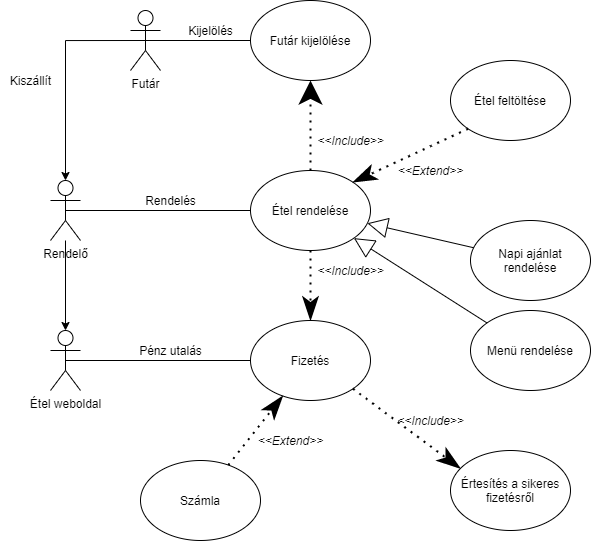
Above: Use case.png in oberhausera99/EtelApp_SpringBoot_Thymeleaf (draw.io), before the change. Source tidied: cells renumbered, new cells last; positions are measured from the earlier drawing's top-left corner, leaving out a move shared by most shapes. Its diagram source:
```xml
<mxGraphModel>
  <root>
    <mxCell id="0" />
    <mxCell id="1" parent="0" />
    <mxCell id="2" style="edgeStyle=orthogonalEdgeStyle;rounded=0;jettySize=auto;html=1;" parent="1" edge="1" source="3" target="4">
      <mxGeometry relative="1" as="geometry" />
    </mxCell>
    <mxCell id="3" value="Rendelő" style="shape=umlActor;verticalLabelPosition=bottom;verticalAlign=top;html=1;outlineConnect=0;" parent="1" vertex="1">
      <mxGeometry x="50" y="180" width="30" height="60" as="geometry" />
    </mxCell>
    <mxCell id="4" value="Étel weboldal" style="shape=umlActor;verticalLabelPosition=bottom;verticalAlign=top;html=1;outlineConnect=0;" parent="1" vertex="1">
      <mxGeometry x="50" y="330" width="30" height="60" as="geometry" />
    </mxCell>
    <mxCell id="5" value="Étel rendelése" style="ellipse;whiteSpace=wrap;html=1;" parent="1" vertex="1">
      <mxGeometry x="250" y="170" width="120" height="80" as="geometry" />
    </mxCell>
    <mxCell id="6" value="Menü rendelése" style="ellipse;whiteSpace=wrap;html=1;" parent="1" vertex="1">
      <mxGeometry x="470" y="310" width="120" height="80" as="geometry" />
    </mxCell>
    <mxCell id="7" value="Fizetés" style="ellipse;whiteSpace=wrap;html=1;" parent="1" vertex="1">
      <mxGeometry x="250" y="320" width="120" height="80" as="geometry" />
    </mxCell>
    <mxCell id="8" value="Napi ajánlat rendelése" style="ellipse;whiteSpace=wrap;html=1;" parent="1" vertex="1">
      <mxGeometry x="470" y="220" width="120" height="80" as="geometry" />
    </mxCell>
    <mxCell id="9" value="Számla" style="ellipse;whiteSpace=wrap;html=1;" parent="1" vertex="1">
      <mxGeometry x="140" y="460" width="120" height="80" as="geometry" />
    </mxCell>
    <mxCell id="10" style="endArrow=none;html=1;endFill=0;exitX=0.5;exitY=0.5;exitDx=0;exitDy=0;exitPerimeter=0;" parent="1" edge="1" source="3" target="5">
      <mxGeometry relative="1" as="geometry" />
    </mxCell>
    <mxCell id="11" style="endArrow=block;html=1;endFill=0;strokeWidth=1;endSize=18;" parent="1" edge="1" source="8" target="5">
      <mxGeometry relative="1" as="geometry" />
    </mxCell>
    <mxCell id="12" style="endArrow=block;html=1;endFill=0;strokeWidth=1;endSize=18;" parent="1" edge="1" source="6" target="5">
      <mxGeometry relative="1" as="geometry" />
    </mxCell>
    <mxCell id="13" style="endArrow=classicThin;dashed=1;html=1;dashPattern=1 3;strokeWidth=2;endSize=18;endFill=1;" parent="1" edge="1" source="5" target="7">
      <mxGeometry relative="1" as="geometry" />
    </mxCell>
    <mxCell id="14" style="endArrow=classicThin;dashed=1;html=1;dashPattern=1 3;strokeWidth=2;endSize=18;endFill=1;" parent="1" edge="1" source="9" target="7">
      <mxGeometry relative="1" as="geometry" />
    </mxCell>
    <mxCell id="15" style="endArrow=none;html=1;endFill=0;exitX=0.5;exitY=0.5;exitDx=0;exitDy=0;exitPerimeter=0;" parent="1" edge="1" source="4" target="7">
      <mxGeometry relative="1" as="geometry" />
    </mxCell>
    <mxCell id="16" value="Rendelés" style="text;html=1;align=center;verticalAlign=middle;strokeColor=none;fillColor=none;" parent="1" vertex="1">
      <mxGeometry x="135" y="190" width="70" height="20" as="geometry" />
    </mxCell>
    <mxCell id="17" value="Pénz utalás" style="text;html=1;align=center;verticalAlign=middle;strokeColor=none;fillColor=none;" parent="1" vertex="1">
      <mxGeometry x="130" y="340" width="80" height="20" as="geometry" />
    </mxCell>
    <mxCell id="18" value="&lt;i&gt;&amp;lt;&amp;lt;Include&amp;gt;&amp;gt;&lt;/i&gt;" style="text;html=1;align=center;verticalAlign=middle;strokeColor=none;fillColor=none;" parent="1" vertex="1">
      <mxGeometry x="310" y="260" width="80" height="20" as="geometry" />
    </mxCell>
    <mxCell id="19" value="&lt;i&gt;&amp;lt;&amp;lt;Extend&amp;gt;&amp;gt;&lt;/i&gt;" style="text;html=1;align=center;verticalAlign=middle;strokeColor=none;fillColor=none;" parent="1" vertex="1">
      <mxGeometry x="250" y="430" width="80" height="20" as="geometry" />
    </mxCell>
    <mxCell id="20" value="Futár kijelölése" style="ellipse;whiteSpace=wrap;html=1;" parent="1" vertex="1">
      <mxGeometry x="250" width="120" height="80" as="geometry" />
    </mxCell>
    <mxCell id="21" style="endArrow=classic;dashed=1;html=1;dashPattern=1 3;strokeWidth=2;rounded=1;entryX=0.5;entryY=1;entryDx=0;entryDy=0;exitX=0.5;exitY=0;exitDx=0;exitDy=0;startArrow=none;startFill=0;endFill=1;endSize=18;" parent="1" edge="1" source="5" target="20">
      <mxGeometry relative="1" as="geometry" />
    </mxCell>
    <mxCell id="22" value="Futár&lt;br&gt;" style="shape=umlActor;verticalLabelPosition=bottom;verticalAlign=top;html=1;" parent="1" vertex="1">
      <mxGeometry x="130" y="10" width="30" height="60" as="geometry" />
    </mxCell>
    <mxCell id="23" value="Kiszállít&lt;br&gt;" style="text;html=1;align=center;verticalAlign=middle;strokeColor=none;fillColor=none;" parent="1" vertex="1">
      <mxGeometry y="70" width="60" height="20" as="geometry" />
    </mxCell>
    <mxCell id="24" value="Kijelölés" style="text;html=1;align=center;verticalAlign=middle;strokeColor=none;fillColor=none;" parent="1" vertex="1">
      <mxGeometry x="180" y="20" width="60" height="20" as="geometry" />
    </mxCell>
    <mxCell id="25" value="&amp;lt;&amp;lt;Include&amp;gt;&amp;gt;" style="text;html=1;align=center;verticalAlign=middle;strokeColor=none;fillColor=none;fontStyle=2;" parent="1" vertex="1">
      <mxGeometry x="310" y="130" width="80" height="20" as="geometry" />
    </mxCell>
    <mxCell id="26" value="Étel&amp;nbsp;feltöltése" style="ellipse;whiteSpace=wrap;html=1;" parent="1" vertex="1">
      <mxGeometry x="450" y="60" width="120" height="80" as="geometry" />
    </mxCell>
    <mxCell id="27" style="endArrow=classicThin;dashed=1;html=1;dashPattern=1 3;strokeWidth=2;endSize=18;endFill=1;entryX=1;entryY=0;entryDx=0;entryDy=0;exitX=0;exitY=1;exitDx=0;exitDy=0;" parent="1" edge="1" source="26" target="5">
      <mxGeometry relative="1" as="geometry" />
    </mxCell>
    <mxCell id="28" value="&lt;i&gt;&amp;lt;&amp;lt;Extend&amp;gt;&amp;gt;&lt;/i&gt;" style="text;html=1;align=center;verticalAlign=middle;strokeColor=none;fillColor=none;" parent="1" vertex="1">
      <mxGeometry x="390" y="160" width="80" height="20" as="geometry" />
    </mxCell>
    <mxCell id="29" style="edgeStyle=orthogonalEdgeStyle;rounded=0;jettySize=auto;html=1;exitX=0.5;exitY=0.5;exitDx=0;exitDy=0;exitPerimeter=0;entryX=0.5;entryY=0;entryDx=0;entryDy=0;entryPerimeter=0;" parent="1" edge="1" source="22" target="3">
      <mxGeometry relative="1" as="geometry" />
    </mxCell>
    <mxCell id="30" style="endArrow=none;html=1;endFill=0;exitX=0.5;exitY=0.5;exitDx=0;exitDy=0;exitPerimeter=0;entryX=0;entryY=0.5;entryDx=0;entryDy=0;" parent="1" edge="1" source="22" target="20">
      <mxGeometry relative="1" as="geometry" />
    </mxCell>
    <mxCell id="31" value="Értesítés a sikeres fizetésről" style="ellipse;whiteSpace=wrap;html=1;" parent="1" vertex="1">
      <mxGeometry x="450" y="450" width="120" height="80" as="geometry" />
    </mxCell>
    <mxCell id="32" style="endArrow=classicThin;dashed=1;html=1;dashPattern=1 3;strokeWidth=2;endSize=18;endFill=1;exitX=1;exitY=1;exitDx=0;exitDy=0;entryX=0.083;entryY=0.225;entryDx=0;entryDy=0;entryPerimeter=0;" parent="1" edge="1" source="7" target="31">
      <mxGeometry relative="1" as="geometry" />
    </mxCell>
    <mxCell id="33" value="&lt;i&gt;&amp;lt;&amp;lt;Include&amp;gt;&amp;gt;&lt;/i&gt;" style="text;html=1;align=center;verticalAlign=middle;strokeColor=none;fillColor=none;" parent="1" vertex="1">
      <mxGeometry x="390" y="410" width="80" height="20" as="geometry" />
    </mxCell>
  </root>
</mxGraphModel>
```
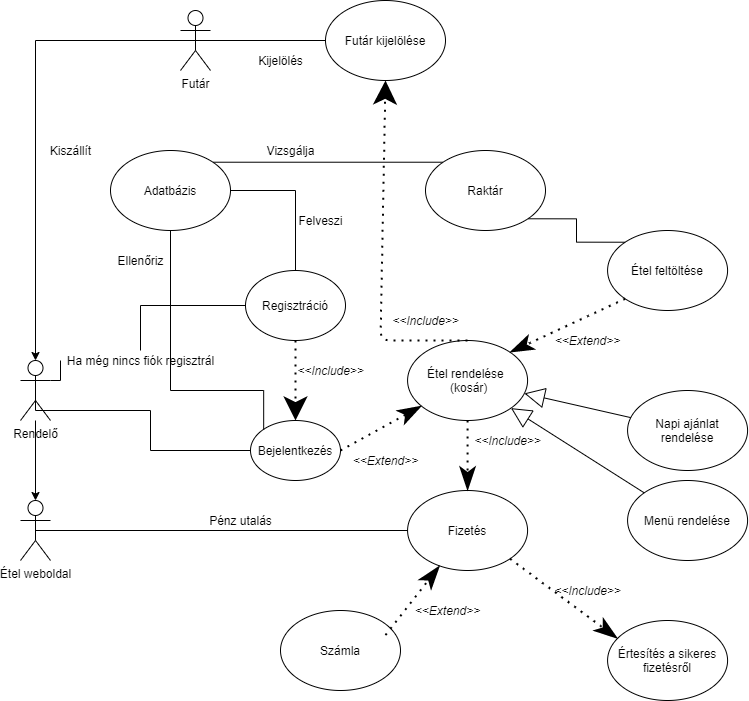
Later version of the same file.

Commit message:
Use case javítása

Diff of the diagram source:
```diff
@@ -5,13 +5,25 @@
     <mxCell id="2" style="edgeStyle=orthogonalEdgeStyle;rounded=0;jettySize=auto;html=1;" parent="1" edge="1" source="3" target="4">
       <mxGeometry relative="1" as="geometry" />
     </mxCell>
+    <mxCell id="34" style="edgeStyle=orthogonalEdgeStyle;rounded=0;jettySize=auto;html=1;exitX=1;exitY=0.3333333333333333;exitDx=0;exitDy=0;exitPerimeter=0;entryX=0;entryY=0.5;entryDx=0;entryDy=0;startArrow=none;strokeColor=none;endArrow=none;endFill=0;" parent="1" edge="1" source="41" target="37">
+      <mxGeometry relative="1" as="geometry" />
+    </mxCell>
+    <mxCell id="35" style="edgeStyle=orthogonalEdgeStyle;rounded=0;jettySize=auto;html=1;exitX=0.5;exitY=0.5;exitDx=0;exitDy=0;exitPerimeter=0;endArrow=none;endFill=0;" parent="1" edge="1" source="3" target="38">
+      <mxGeometry relative="1" as="geometry">
+        <Array as="points">
+          <mxPoint x="-122.1" y="240" />
+          <mxPoint x="-7.1" y="240" />
+          <mxPoint x="-7.1" y="280" />
+        </Array>
+      </mxGeometry>
+    </mxCell>
     <mxCell id="3" value="Rendelő" style="shape=umlActor;verticalLabelPosition=bottom;verticalAlign=top;html=1;outlineConnect=0;" parent="1" vertex="1">
-      <mxGeometry x="50" y="180" width="30" height="60" as="geometry" />
+      <mxGeometry x="-137.1" y="190" width="30" height="60" as="geometry" />
     </mxCell>
     <mxCell id="4" value="Étel weboldal" style="shape=umlActor;verticalLabelPosition=bottom;verticalAlign=top;html=1;outlineConnect=0;" parent="1" vertex="1">
-      <mxGeometry x="50" y="330" width="30" height="60" as="geometry" />
+      <mxGeometry x="-137.1" y="330" width="30" height="60" as="geometry" />
     </mxCell>
-    <mxCell id="5" value="Étel rendelése" style="ellipse;whiteSpace=wrap;html=1;" parent="1" vertex="1">
+    <mxCell id="5" value="Étel rendelése&amp;nbsp;&lt;br&gt;&amp;nbsp;(kosár)" style="ellipse;whiteSpace=wrap;html=1;" parent="1" vertex="1">
       <mxGeometry x="250" y="170" width="120" height="80" as="geometry" />
     </mxCell>
     <mxCell id="6" value="Menü rendelése" style="ellipse;whiteSpace=wrap;html=1;" parent="1" vertex="1">
@@ -24,11 +36,8 @@
       <mxGeometry x="470" y="220" width="120" height="80" as="geometry" />
     </mxCell>
     <mxCell id="9" value="Számla" style="ellipse;whiteSpace=wrap;html=1;" parent="1" vertex="1">
-      <mxGeometry x="140" y="460" width="120" height="80" as="geometry" />
+      <mxGeometry x="122.9" y="440" width="120" height="80" as="geometry" />
     </mxCell>
-    <mxCell id="10" style="endArrow=none;html=1;endFill=0;exitX=0.5;exitY=0.5;exitDx=0;exitDy=0;exitPerimeter=0;" parent="1" edge="1" source="3" target="5">
-      <mxGeometry relative="1" as="geometry" />
-    </mxCell>
     <mxCell id="11" style="endArrow=block;html=1;endFill=0;strokeWidth=1;endSize=18;" parent="1" edge="1" source="8" target="5">
       <mxGeometry relative="1" as="geometry" />
     </mxCell>
@@ -38,17 +47,16 @@
     <mxCell id="13" style="endArrow=classicThin;dashed=1;html=1;dashPattern=1 3;strokeWidth=2;endSize=18;endFill=1;" parent="1" edge="1" source="5" target="7">
       <mxGeometry relative="1" as="geometry" />
     </mxCell>
-    <mxCell id="14" style="endArrow=classicThin;dashed=1;html=1;dashPattern=1 3;strokeWidth=2;endSize=18;endFill=1;" parent="1" edge="1" source="9" target="7">
-      <mxGeometry relative="1" as="geometry" />
+    <mxCell id="14" style="endArrow=classicThin;dashed=1;html=1;dashPattern=1 3;strokeWidth=2;endSize=18;endFill=1;" parent="1" edge="1" target="7">
+      <mxGeometry relative="1" as="geometry">
+        <mxPoint x="227.9" y="464.6" as="sourcePoint" />
+      </mxGeometry>
     </mxCell>
     <mxCell id="15" style="endArrow=none;html=1;endFill=0;exitX=0.5;exitY=0.5;exitDx=0;exitDy=0;exitPerimeter=0;" parent="1" edge="1" source="4" target="7">
       <mxGeometry relative="1" as="geometry" />
     </mxCell>
-    <mxCell id="16" value="Rendelés" style="text;html=1;align=center;verticalAlign=middle;strokeColor=none;fillColor=none;" parent="1" vertex="1">
-      <mxGeometry x="135" y="190" width="70" height="20" as="geometry" />
-    </mxCell>
     <mxCell id="17" value="Pénz utalás" style="text;html=1;align=center;verticalAlign=middle;strokeColor=none;fillColor=none;" parent="1" vertex="1">
-      <mxGeometry x="130" y="340" width="80" height="20" as="geometry" />
+      <mxGeometry x="42.9" y="340" width="80" height="20" as="geometry" />
     </mxCell>
     <mxCell id="18" value="&lt;i&gt;&amp;lt;&amp;lt;Include&amp;gt;&amp;gt;&lt;/i&gt;" style="text;html=1;align=center;verticalAlign=middle;strokeColor=none;fillColor=none;" parent="1" vertex="1">
       <mxGeometry x="310" y="260" width="80" height="20" as="geometry" />
@@ -57,22 +65,26 @@
       <mxGeometry x="250" y="430" width="80" height="20" as="geometry" />
     </mxCell>
     <mxCell id="20" value="Futár kijelölése" style="ellipse;whiteSpace=wrap;html=1;" parent="1" vertex="1">
-      <mxGeometry x="250" width="120" height="80" as="geometry" />
+      <mxGeometry x="167.9" y="-170" width="120" height="80" as="geometry" />
     </mxCell>
     <mxCell id="21" style="endArrow=classic;dashed=1;html=1;dashPattern=1 3;strokeWidth=2;rounded=1;entryX=0.5;entryY=1;entryDx=0;entryDy=0;exitX=0.5;exitY=0;exitDx=0;exitDy=0;startArrow=none;startFill=0;endFill=1;endSize=18;" parent="1" edge="1" source="5" target="20">
-      <mxGeometry relative="1" as="geometry" />
+      <mxGeometry relative="1" as="geometry">
+        <Array as="points">
+          <mxPoint x="222.9" y="170" />
+        </Array>
+      </mxGeometry>
     </mxCell>
     <mxCell id="22" value="Futár&lt;br&gt;" style="shape=umlActor;verticalLabelPosition=bottom;verticalAlign=top;html=1;" parent="1" vertex="1">
-      <mxGeometry x="130" y="10" width="30" height="60" as="geometry" />
+      <mxGeometry x="22.9" y="-160" width="30" height="60" as="geometry" />
     </mxCell>
     <mxCell id="23" value="Kiszállít&lt;br&gt;" style="text;html=1;align=center;verticalAlign=middle;strokeColor=none;fillColor=none;" parent="1" vertex="1">
-      <mxGeometry y="70" width="60" height="20" as="geometry" />
+      <mxGeometry x="-117.1" y="-30" width="60" height="20" as="geometry" />
     </mxCell>
     <mxCell id="24" value="Kijelölés" style="text;html=1;align=center;verticalAlign=middle;strokeColor=none;fillColor=none;" parent="1" vertex="1">
-      <mxGeometry x="180" y="20" width="60" height="20" as="geometry" />
+      <mxGeometry x="92.9" y="-120" width="60" height="20" as="geometry" />
     </mxCell>
     <mxCell id="25" value="&amp;lt;&amp;lt;Include&amp;gt;&amp;gt;" style="text;html=1;align=center;verticalAlign=middle;strokeColor=none;fillColor=none;fontStyle=2;" parent="1" vertex="1">
-      <mxGeometry x="310" y="130" width="80" height="20" as="geometry" />
+      <mxGeometry x="227.9" y="140" width="80" height="20" as="geometry" />
     </mxCell>
     <mxCell id="26" value="Étel&amp;nbsp;feltöltése" style="ellipse;whiteSpace=wrap;html=1;" parent="1" vertex="1">
       <mxGeometry x="450" y="60" width="120" height="80" as="geometry" />
@@ -83,7 +95,7 @@
     <mxCell id="28" value="&lt;i&gt;&amp;lt;&amp;lt;Extend&amp;gt;&amp;gt;&lt;/i&gt;" style="text;html=1;align=center;verticalAlign=middle;strokeColor=none;fillColor=none;" parent="1" vertex="1">
       <mxGeometry x="390" y="160" width="80" height="20" as="geometry" />
     </mxCell>
-    <mxCell id="29" style="edgeStyle=orthogonalEdgeStyle;rounded=0;jettySize=auto;html=1;exitX=0.5;exitY=0.5;exitDx=0;exitDy=0;exitPerimeter=0;entryX=0.5;entryY=0;entryDx=0;entryDy=0;entryPerimeter=0;" parent="1" edge="1" source="22" target="3">
+    <mxCell id="29" style="edgeStyle=orthogonalEdgeStyle;rounded=0;jettySize=auto;html=1;entryX=0.5;entryY=0;entryDx=0;entryDy=0;entryPerimeter=0;exitX=0.5;exitY=0.5;exitDx=0;exitDy=0;exitPerimeter=0;" parent="1" edge="1" source="22" target="3">
       <mxGeometry relative="1" as="geometry" />
     </mxCell>
     <mxCell id="30" style="endArrow=none;html=1;endFill=0;exitX=0.5;exitY=0.5;exitDx=0;exitDy=0;exitPerimeter=0;entryX=0;entryY=0.5;entryDx=0;entryDy=0;" parent="1" edge="1" source="22" target="20">
@@ -98,5 +110,68 @@
     <mxCell id="33" value="&lt;i&gt;&amp;lt;&amp;lt;Include&amp;gt;&amp;gt;&lt;/i&gt;" style="text;html=1;align=center;verticalAlign=middle;strokeColor=none;fillColor=none;" parent="1" vertex="1">
       <mxGeometry x="390" y="410" width="80" height="20" as="geometry" />
     </mxCell>
+    <mxCell id="36" style="edgeStyle=orthogonalEdgeStyle;rounded=0;jettySize=auto;html=1;exitX=0;exitY=0.5;exitDx=0;exitDy=0;endArrow=none;endFill=0;" parent="1" edge="1" source="37" target="41">
+      <mxGeometry relative="1" as="geometry" />
+    </mxCell>
+    <mxCell id="37" value="Regisztráció" style="ellipse;whiteSpace=wrap;html=1;" parent="1" vertex="1">
+      <mxGeometry x="87.9" y="100" width="100" height="70" as="geometry" />
+    </mxCell>
+    <mxCell id="38" value="Bejelentkezés" style="ellipse;whiteSpace=wrap;html=1;" parent="1" vertex="1">
+      <mxGeometry x="92.9" y="250" width="90" height="60" as="geometry" />
+    </mxCell>
+    <mxCell id="39" style="endArrow=classic;dashed=1;html=1;dashPattern=1 3;strokeWidth=2;rounded=1;entryX=0.5;entryY=0;entryDx=0;entryDy=0;exitX=0.5;exitY=1;exitDx=0;exitDy=0;startArrow=none;startFill=0;endFill=1;endSize=18;" parent="1" edge="1" source="37" target="38">
+      <mxGeometry relative="1" as="geometry" />
+    </mxCell>
+    <mxCell id="40" value="&amp;lt;&amp;lt;Include&amp;gt;&amp;gt;" style="text;html=1;align=center;verticalAlign=middle;strokeColor=none;fillColor=none;fontStyle=2;" parent="1" vertex="1">
+      <mxGeometry x="132.9" y="190" width="80" height="20" as="geometry" />
+    </mxCell>
+    <mxCell id="41" value="Ha még nincs fiók regisztrál" style="text;html=1;align=center;verticalAlign=middle;points=[];strokeColor=none;fillColor=none;" parent="1" vertex="1">
+      <mxGeometry x="-97.1" y="180" width="160" height="20" as="geometry" />
+    </mxCell>
+    <mxCell id="42" style="edgeStyle=orthogonalEdgeStyle;rounded=0;jettySize=auto;html=1;exitX=1;exitY=0.3333333333333333;exitDx=0;exitDy=0;exitPerimeter=0;entryX=0;entryY=0.5;entryDx=0;entryDy=0;endArrow=none;" parent="1" edge="1" source="3" target="41">
+      <mxGeometry relative="1" as="geometry" />
+    </mxCell>
+    <mxCell id="43" style="endArrow=classicThin;dashed=1;html=1;dashPattern=1 3;strokeWidth=2;endSize=18;endFill=1;exitX=1;exitY=0.5;exitDx=0;exitDy=0;" parent="1" edge="1" source="38" target="5">
+      <mxGeometry relative="1" as="geometry" />
+    </mxCell>
+    <mxCell id="44" value="&lt;i&gt;&amp;lt;&amp;lt;Extend&amp;gt;&amp;gt;&lt;/i&gt;" style="text;html=1;align=center;verticalAlign=middle;strokeColor=none;fillColor=none;" parent="1" vertex="1">
+      <mxGeometry x="187.9" y="280" width="80" height="20" as="geometry" />
+    </mxCell>
+    <mxCell id="45" style="edgeStyle=orthogonalEdgeStyle;rounded=0;jettySize=auto;html=1;exitX=0.5;exitY=1;exitDx=0;exitDy=0;entryX=0;entryY=0;entryDx=0;entryDy=0;endArrow=none;endFill=0;" parent="1" edge="1" source="47" target="38">
+      <mxGeometry relative="1" as="geometry">
+        <Array as="points">
+          <mxPoint x="12.9" y="220" />
+          <mxPoint x="105.9" y="220" />
+        </Array>
+      </mxGeometry>
+    </mxCell>
+    <mxCell id="46" style="edgeStyle=orthogonalEdgeStyle;rounded=0;jettySize=auto;html=1;exitX=1;exitY=0;exitDx=0;exitDy=0;entryX=0;entryY=0;entryDx=0;entryDy=0;endArrow=none;endFill=0;" parent="1" edge="1" source="47" target="52">
+      <mxGeometry relative="1" as="geometry" />
+    </mxCell>
+    <mxCell id="47" value="Adatbázis" style="ellipse;whiteSpace=wrap;html=1;" parent="1" vertex="1">
+      <mxGeometry x="-47.1" y="-20" width="120" height="80" as="geometry" />
+    </mxCell>
+    <mxCell id="48" style="endArrow=none;html=1;rounded=0;exitX=0.5;exitY=0;exitDx=0;exitDy=0;entryX=1;entryY=0.5;entryDx=0;entryDy=0;" parent="1" edge="1" source="37" target="47">
+      <mxGeometry relative="1" as="geometry">
+        <Array as="points">
+          <mxPoint x="137.9" y="20" />
+        </Array>
+      </mxGeometry>
+    </mxCell>
+    <mxCell id="49" value="Felveszi" style="text;html=1;align=center;verticalAlign=middle;strokeColor=none;fillColor=none;" parent="1" vertex="1">
+      <mxGeometry x="132.9" y="40" width="60" height="20" as="geometry" />
+    </mxCell>
+    <mxCell id="50" value="Ellenőriz" style="text;html=1;align=center;verticalAlign=middle;strokeColor=none;fillColor=none;" parent="1" vertex="1">
+      <mxGeometry x="-47.1" y="80" width="60" height="20" as="geometry" />
+    </mxCell>
+    <mxCell id="51" style="edgeStyle=orthogonalEdgeStyle;rounded=0;jettySize=auto;html=1;exitX=1;exitY=1;exitDx=0;exitDy=0;entryX=0;entryY=0;entryDx=0;entryDy=0;endArrow=none;endFill=0;" parent="1" edge="1" source="52" target="26">
+      <mxGeometry relative="1" as="geometry" />
+    </mxCell>
+    <mxCell id="52" value="Raktár" style="ellipse;whiteSpace=wrap;html=1;" parent="1" vertex="1">
+      <mxGeometry x="267.9" y="-20" width="120" height="80" as="geometry" />
+    </mxCell>
+    <mxCell id="53" value="Vizsgálja" style="text;html=1;align=center;verticalAlign=middle;strokeColor=none;fillColor=none;" parent="1" vertex="1">
+      <mxGeometry x="102.9" y="-30" width="60" height="20" as="geometry" />
+    </mxCell>
   </root>
 </mxGraphModel>
```
